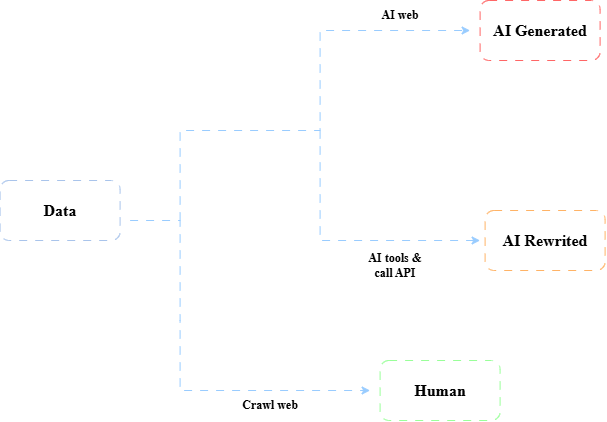
Above: images/data_pipeline.png in deckardLong/ai-content-detection (draw.io), before the change. Source tidied: cells renumbered, new cells last; positions are measured from the earlier drawing's top-left corner, leaving out a move shared by most shapes.
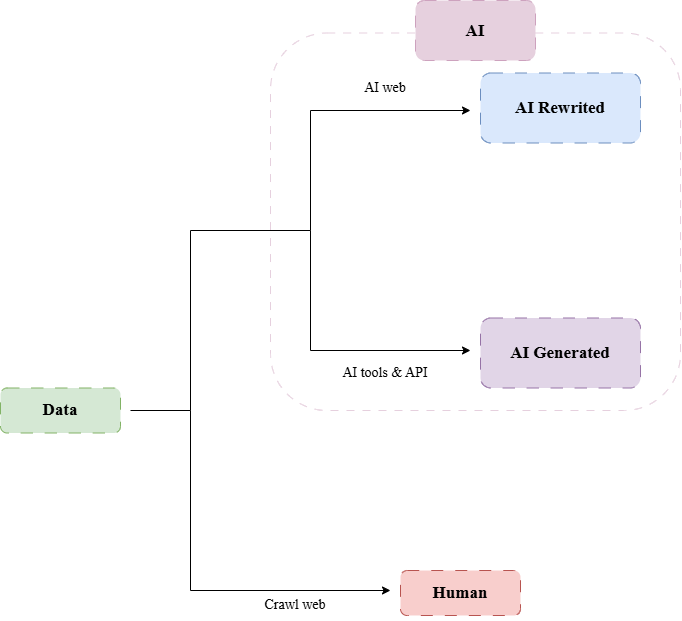
The same diagram one commit later.

Commit message:
Update architecture & data pipeline

Change to the diagram source:
```diff
@@ -2,72 +2,80 @@
   <root>
     <mxCell id="0" />
     <mxCell id="1" parent="0" />
-    <mxCell id="2" style="rounded=1;whiteSpace=wrap;html=1;strokeColor=#A9C4EB;dashed=1;dashPattern=8 8;" parent="1" vertex="1">
-      <mxGeometry y="180" width="120" height="60" as="geometry" />
-    </mxCell>
+    <mxCell id="17" style="rounded=1;whiteSpace=wrap;html=1;strokeColor=#E6D0DE;dashed=1;dashPattern=8 8;" parent="1" vertex="1">
+      <mxGeometry x="250" y="-117.5" width="410" height="377.5" as="geometry" />
+    </mxCell>
+    <mxCell id="18" style="rounded=1;whiteSpace=wrap;html=1;fillColor=#d5e8d4;strokeColor=#82b366;dashed=1;dashPattern=12 12;" parent="1" vertex="1">
+      <mxGeometry x="-20" y="237.5" width="120" height="45" as="geometry" />
+    </mxCell>
-    <mxCell id="3" value="&lt;font face=&quot;Times New Roman&quot; style=&quot;font-size: 16px;&quot;&gt;&lt;b style=&quot;&quot;&gt;Data&lt;/b&gt;&lt;/font&gt;" style="text;html=1;whiteSpace=wrap;strokeColor=none;fillColor=none;align=center;verticalAlign=middle;rounded=0;" parent="1" vertex="1">
-      <mxGeometry x="20" y="190" width="80" height="40" as="geometry" />
+    <mxCell id="3" value="&lt;font face=&quot;Times New Roman&quot; style=&quot;font-size: 17px;&quot;&gt;&lt;b style=&quot;&quot;&gt;Data&lt;/b&gt;&lt;/font&gt;" style="text;html=1;whiteSpace=wrap;strokeColor=none;fillColor=none;align=center;verticalAlign=middle;rounded=0;" parent="1" vertex="1">
+      <mxGeometry x="10" y="245" width="60" height="30" as="geometry" />
     </mxCell>
-    <mxCell id="4" style="endArrow=classic;html=1;rounded=0;dashed=1;dashPattern=8 8;strokeColor=#99CCFF;" parent="1" edge="1">
-      <mxGeometry relative="1" as="geometry">
-        <mxPoint x="130" y="220" as="sourcePoint" />
-        <mxPoint x="370" y="390" as="targetPoint" />
-        <Array as="points">
-          <mxPoint x="180" y="220" />
-          <mxPoint x="180" y="320" />
-          <mxPoint x="180" y="390" />
-        </Array>
-      </mxGeometry>
-    </mxCell>
+    <mxCell id="19" style="endArrow=classic;html=1;rounded=0;" parent="1" edge="1">
+      <mxGeometry relative="1" as="geometry">
+        <mxPoint x="110" y="260" as="sourcePoint" />
+        <mxPoint x="370" y="440" as="targetPoint" />
+        <Array as="points">
+          <mxPoint x="170" y="260" />
+          <mxPoint x="170" y="440" />
+        </Array>
+      </mxGeometry>
+    </mxCell>
+    <mxCell id="20" style="endArrow=classic;html=1;rounded=0;" parent="1" edge="1">
+      <mxGeometry relative="1" as="geometry">
+        <mxPoint x="170" y="260" as="sourcePoint" />
+        <mxPoint x="450" y="200" as="targetPoint" />
+        <Array as="points">
+          <mxPoint x="170" y="80" />
+          <mxPoint x="290" y="80" />
+          <mxPoint x="290" y="200" />
+        </Array>
+      </mxGeometry>
+    </mxCell>
-    <mxCell id="5" value="&lt;font face=&quot;Times New Roman&quot;&gt;&lt;b&gt;Crawl web&lt;/b&gt;&lt;/font&gt;" style="text;html=1;whiteSpace=wrap;strokeColor=none;fillColor=none;align=center;verticalAlign=middle;rounded=0;" parent="1" vertex="1">
-      <mxGeometry x="240" y="390" width="60" height="30" as="geometry" />
+    <mxCell id="5" value="&lt;font face=&quot;Times New Roman&quot; style=&quot;font-size: 14px;&quot;&gt;Crawl web&lt;/font&gt;" style="text;html=1;whiteSpace=wrap;strokeColor=none;fillColor=none;align=center;verticalAlign=middle;rounded=0;" parent="1" vertex="1">
+      <mxGeometry x="210" y="440" width="130" height="30" as="geometry" />
     </mxCell>
-    <mxCell id="6" style="endArrow=classic;html=1;rounded=0;dashed=1;dashPattern=8 8;strokeColor=#99CCFF;" parent="1" edge="1">
-      <mxGeometry relative="1" as="geometry">
-        <mxPoint x="180" y="220" as="sourcePoint" />
-        <mxPoint x="470" y="30" as="targetPoint" />
-        <Array as="points">
-          <mxPoint x="180" y="130" />
-          <mxPoint x="320" y="130" />
-          <mxPoint x="320" y="30" />
-        </Array>
-      </mxGeometry>
-    </mxCell>
-    <mxCell id="7" style="rounded=1;whiteSpace=wrap;html=1;strokeColor=#99FF99;dashed=1;dashPattern=8 8;" parent="1" vertex="1">
-      <mxGeometry x="380" y="360" width="120" height="60" as="geometry" />
-    </mxCell>
+    <mxCell id="21" style="rounded=1;whiteSpace=wrap;html=1;fillColor=#f8cecc;strokeColor=#b85450;dashed=1;dashPattern=12 12;" parent="1" vertex="1">
+      <mxGeometry x="380" y="420" width="120" height="45" as="geometry" />
+    </mxCell>
-    <mxCell id="8" value="&lt;font face=&quot;Times New Roman&quot; style=&quot;font-size: 16px;&quot;&gt;&lt;b style=&quot;&quot;&gt;Human&lt;/b&gt;&lt;/font&gt;" style="text;html=1;whiteSpace=wrap;strokeColor=none;fillColor=none;align=center;verticalAlign=middle;rounded=0;" parent="1" vertex="1">
-      <mxGeometry x="400" y="370" width="80" height="40" as="geometry" />
+    <mxCell id="8" value="&lt;font face=&quot;Times New Roman&quot; style=&quot;font-size: 17px;&quot;&gt;&lt;b style=&quot;&quot;&gt;Human&lt;/b&gt;&lt;/font&gt;" style="text;html=1;whiteSpace=wrap;strokeColor=none;fillColor=none;align=center;verticalAlign=middle;rounded=0;" parent="1" vertex="1">
+      <mxGeometry x="410" y="427.5" width="60" height="30" as="geometry" />
     </mxCell>
+    <mxCell id="22" style="endArrow=classic;html=1;rounded=0;" parent="1" edge="1">
+      <mxGeometry relative="1" as="geometry">
+        <mxPoint x="290" y="80" as="sourcePoint" />
+        <mxPoint x="450" y="-40" as="targetPoint" />
+        <Array as="points">
+          <mxPoint x="290" y="-40" />
+        </Array>
+      </mxGeometry>
+    </mxCell>
-    <mxCell id="9" value="&lt;font face=&quot;Times New Roman&quot;&gt;&lt;b&gt;AI web&lt;/b&gt;&lt;/font&gt;" style="text;html=1;whiteSpace=wrap;strokeColor=none;fillColor=none;align=center;verticalAlign=middle;rounded=0;" parent="1" vertex="1">
-      <mxGeometry x="370" width="60" height="30" as="geometry" />
+    <mxCell id="9" value="&lt;font face=&quot;Times New Roman&quot;&gt;&lt;span style=&quot;font-size: 14px;&quot;&gt;AI web&lt;/span&gt;&lt;/font&gt;" style="text;html=1;whiteSpace=wrap;strokeColor=none;fillColor=none;align=center;verticalAlign=middle;rounded=0;" parent="1" vertex="1">
+      <mxGeometry x="300" y="-77.5" width="130" height="30" as="geometry" />
     </mxCell>
-    <mxCell id="10" style="rounded=1;whiteSpace=wrap;html=1;strokeColor=#FF6666;dashed=1;dashPattern=8 8;" parent="1" vertex="1">
-      <mxGeometry x="480" width="120" height="60" as="geometry" />
-    </mxCell>
-    <mxCell id="11" value="&lt;font face=&quot;Times New Roman&quot; style=&quot;font-size: 16px;&quot;&gt;&lt;b style=&quot;&quot;&gt;AI Generated&lt;/b&gt;&lt;/font&gt;" style="text;html=1;whiteSpace=wrap;strokeColor=none;fillColor=none;align=center;verticalAlign=middle;rounded=0;" parent="1" vertex="1">
-      <mxGeometry x="485" y="10" width="110" height="40" as="geometry" />
-    </mxCell>
-    <mxCell id="12" style="endArrow=classic;html=1;rounded=0;dashed=1;dashPattern=8 8;strokeColor=#99CCFF;" parent="1" edge="1">
-      <mxGeometry relative="1" as="geometry">
-        <mxPoint x="320" y="130" as="sourcePoint" />
-        <mxPoint x="480" y="240" as="targetPoint" />
-        <Array as="points">
-          <mxPoint x="320" y="240" />
-        </Array>
-      </mxGeometry>
-    </mxCell>
-    <mxCell id="13" value="&lt;font face=&quot;Times New Roman&quot; style=&quot;font-size: 16px;&quot;&gt;&lt;b style=&quot;&quot;&gt;AI Generated&lt;/b&gt;&lt;/font&gt;" style="text;html=1;whiteSpace=wrap;strokeColor=none;fillColor=none;align=center;verticalAlign=middle;rounded=0;" parent="1" vertex="1">
-      <mxGeometry x="490" y="220" width="110" height="40" as="geometry" />
-    </mxCell>
-    <mxCell id="14" style="rounded=1;whiteSpace=wrap;html=1;strokeColor=#FFB366;dashed=1;dashPattern=8 8;" parent="1" vertex="1">
-      <mxGeometry x="485" y="210" width="120" height="60" as="geometry" />
-    </mxCell>
-    <mxCell id="15" value="&lt;font face=&quot;Times New Roman&quot;&gt;&lt;b&gt;AI tools &amp;amp; call API&lt;/b&gt;&lt;/font&gt;" style="text;html=1;whiteSpace=wrap;strokeColor=none;fillColor=none;align=center;verticalAlign=middle;rounded=0;" parent="1" vertex="1">
-      <mxGeometry x="360" y="250" width="70" height="30" as="geometry" />
-    </mxCell>
+    <mxCell id="23" style="rounded=1;whiteSpace=wrap;html=1;fillColor=#dae8fc;strokeColor=#6c8ebf;dashed=1;dashPattern=12 12;" parent="1" vertex="1">
+      <mxGeometry x="460" y="-77.5" width="160" height="70" as="geometry" />
+    </mxCell>
-    <mxCell id="16" value="&lt;font face=&quot;Times New Roman&quot; style=&quot;font-size: 16px;&quot;&gt;&lt;b style=&quot;&quot;&gt;AI Rewrited&lt;/b&gt;&lt;/font&gt;" style="text;html=1;whiteSpace=wrap;strokeColor=none;fillColor=none;align=center;verticalAlign=middle;rounded=0;" parent="1" vertex="1">
-      <mxGeometry x="490" y="220" width="110" height="40" as="geometry" />
+    <mxCell id="16" value="&lt;font face=&quot;Times New Roman&quot; style=&quot;font-size: 17px;&quot;&gt;&lt;b style=&quot;&quot;&gt;AI Rewrited&lt;/b&gt;&lt;/font&gt;" style="text;html=1;whiteSpace=wrap;strokeColor=none;fillColor=none;align=center;verticalAlign=middle;rounded=0;" parent="1" vertex="1">
+      <mxGeometry x="490" y="-57.5" width="100" height="30" as="geometry" />
     </mxCell>
+    <mxCell id="24" value="&lt;font face=&quot;Times New Roman&quot;&gt;&lt;span style=&quot;font-size: 14px;&quot;&gt;AI tools &amp;amp; API&lt;/span&gt;&lt;/font&gt;" style="text;html=1;whiteSpace=wrap;strokeColor=none;fillColor=none;align=center;verticalAlign=middle;rounded=0;" parent="1" vertex="1">
+      <mxGeometry x="300" y="207.5" width="130" height="30" as="geometry" />
+    </mxCell>
+    <mxCell id="25" style="edgeStyle=orthogonalEdgeStyle;rounded=0;orthogonalLoop=1;jettySize=auto;html=1;innerLoopWaypoints=1;exitX=0.5;exitY=1;exitDx=0;exitDy=0;" parent="1" edge="1" source="24" target="24">
+      <mxGeometry relative="1" as="geometry" />
+    </mxCell>
+    <mxCell id="26" style="rounded=1;whiteSpace=wrap;html=1;fillColor=#e1d5e7;strokeColor=#9673a6;dashed=1;dashPattern=12 12;" parent="1" vertex="1">
+      <mxGeometry x="460" y="167.5" width="160" height="70" as="geometry" />
+    </mxCell>
+    <mxCell id="27" value="&lt;font face=&quot;Times New Roman&quot; style=&quot;font-size: 17px;&quot;&gt;&lt;b style=&quot;&quot;&gt;AI Generated&lt;/b&gt;&lt;/font&gt;" style="text;html=1;whiteSpace=wrap;strokeColor=none;fillColor=none;align=center;verticalAlign=middle;rounded=0;" parent="1" vertex="1">
+      <mxGeometry x="480" y="187.5" width="120" height="30" as="geometry" />
+    </mxCell>
+    <mxCell id="28" style="rounded=1;whiteSpace=wrap;html=1;fillColor=#E6D0DE;strokeColor=#CDA2BE;dashed=1;dashPattern=12 12;" parent="1" vertex="1">
+      <mxGeometry x="395" y="-150" width="120" height="60" as="geometry" />
+    </mxCell>
+    <mxCell id="29" value="&lt;font face=&quot;Times New Roman&quot; style=&quot;font-size: 17px;&quot;&gt;&lt;b style=&quot;&quot;&gt;AI&lt;/b&gt;&lt;/font&gt;" style="text;html=1;whiteSpace=wrap;strokeColor=none;fillColor=none;align=center;verticalAlign=middle;rounded=0;" parent="1" vertex="1">
+      <mxGeometry x="425" y="-134" width="60" height="30" as="geometry" />
+    </mxCell>
   </root>
 </mxGraphModel>
```
